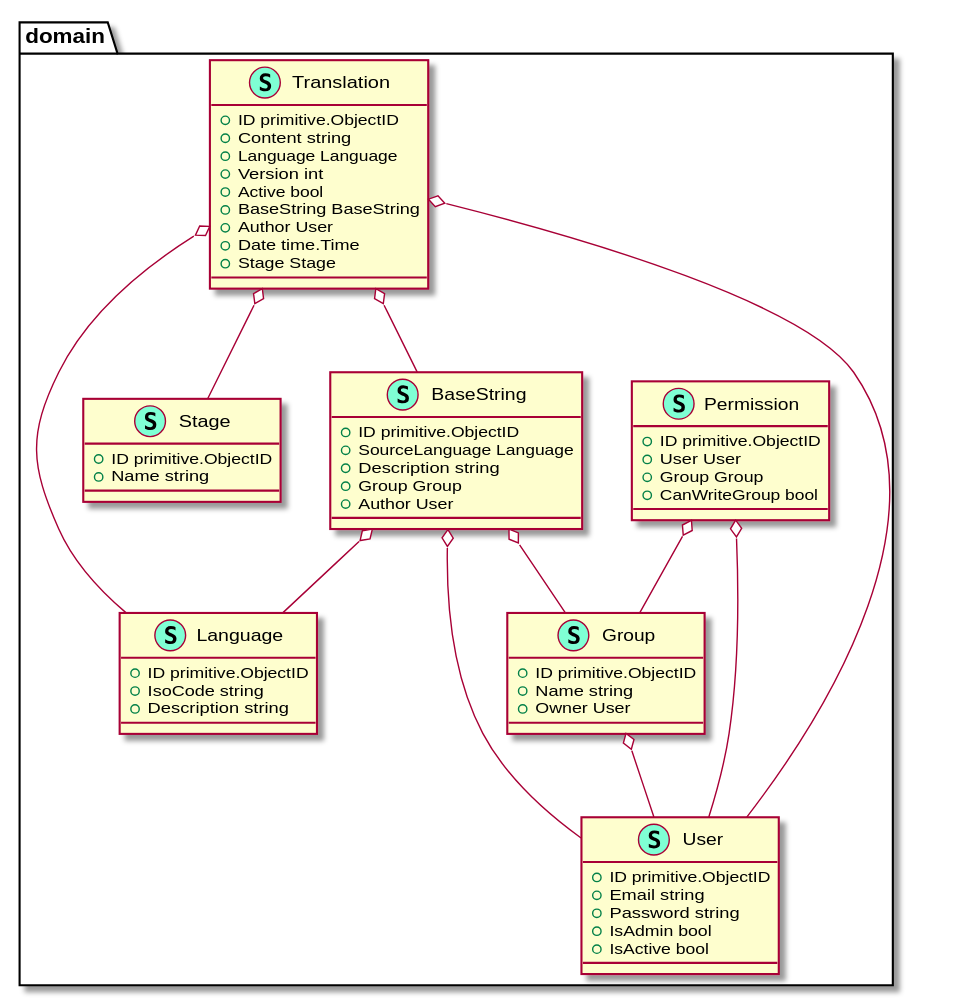
Earlier version of the PlantUML export backend/assets/dist/UmlDiagram.svg (cafeteru/LocalizeMe).
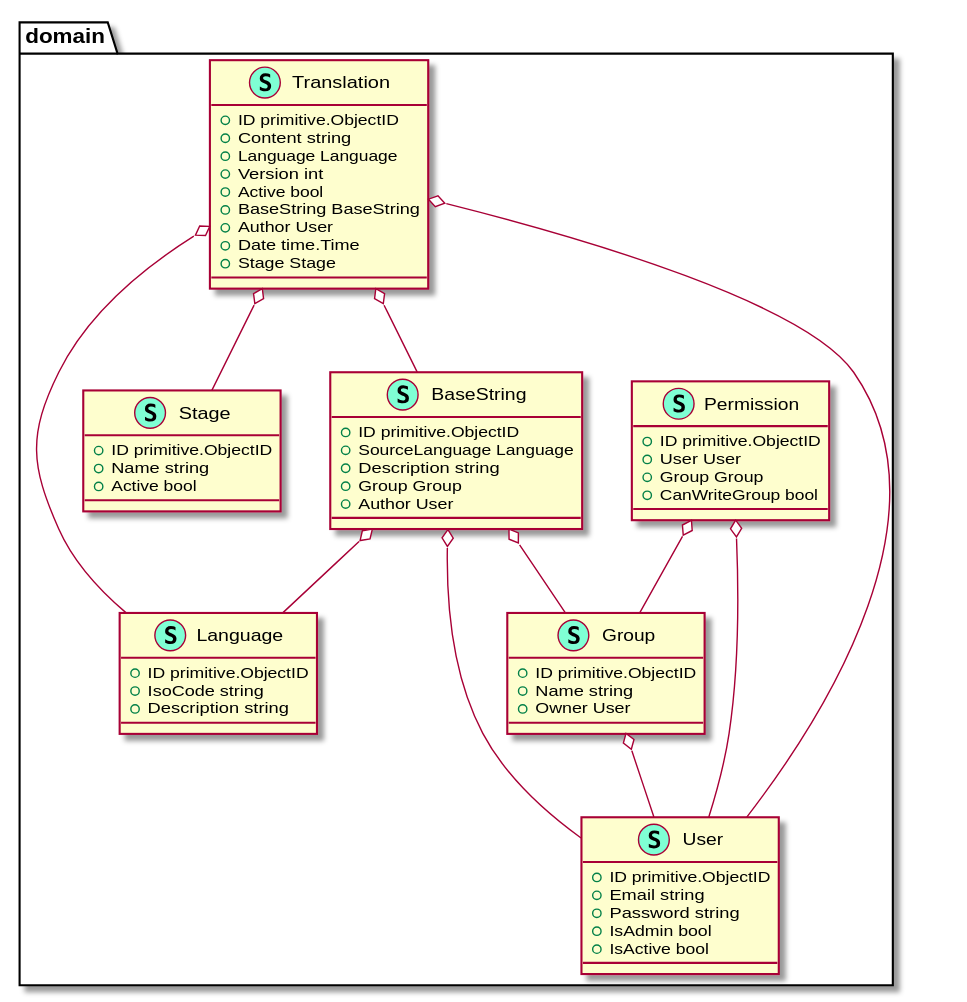
The same file after the commit.

What changed in the source:
```diff
@@ -30,6 +30,7 @@
     class Stage << (S,Aquamarine) >> {
         + ID primitive.ObjectID
         + Name string
+        + Active bool
 
     }
     class Translation << (S,Aquamarine) >> {
```
